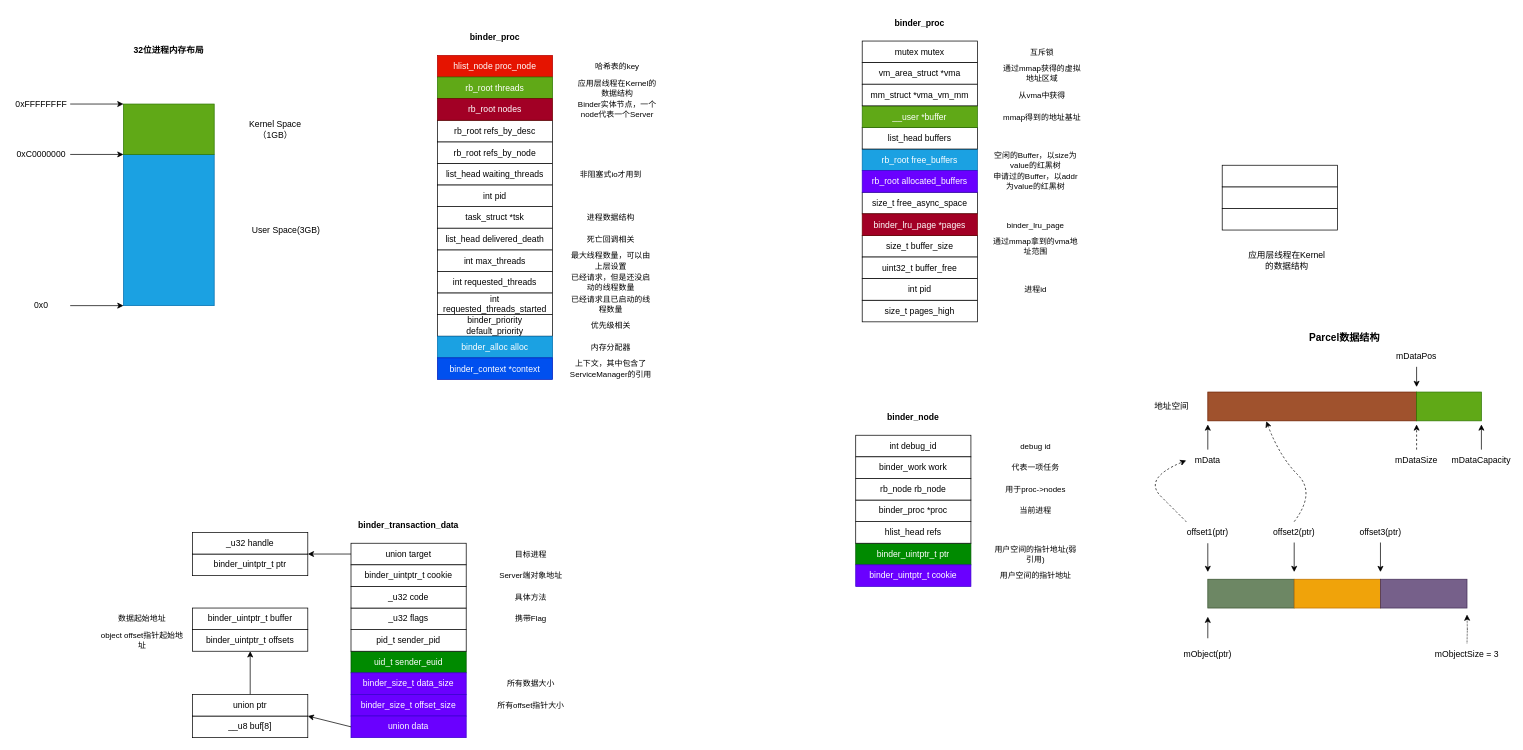
Earlier version of the draw.io diagram android/未命名绘图.drawio (dddjjq/CodeRead). Source tidied: cells renumbered, new cells numbered last; positions are measured from the earlier drawing's top-left corner, leaving out a move shared by most shapes. Both pictures are drawn from the tidied source at 72%, with x=0, y=0 at pixel (12, 12).
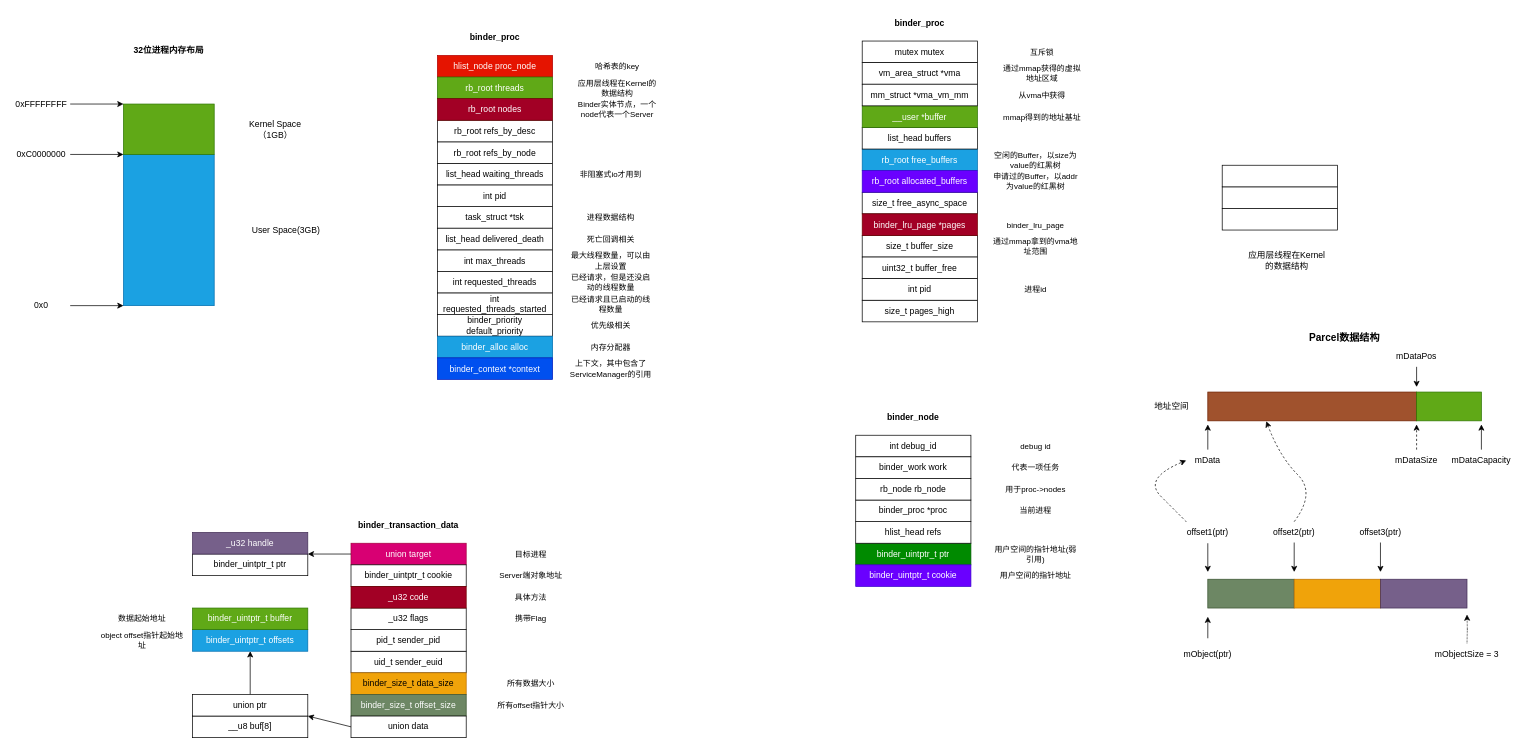
Above is the later version.

What changed in the source:
```diff
@@
-    <mxCell id="109" value="union target" style="rounded=0;whiteSpace=wrap;html=1;" parent="1" vertex="1">
+    <mxCell id="109" value="union target" style="rounded=0;whiteSpace=wrap;html=1;fillColor=#d80073;fontColor=#ffffff;strokeColor=#A50040;" parent="1" vertex="1">
       <mxGeometry x="470" y="738" width="160" height="30" as="geometry" />
     </mxCell>
@@
-    <mxCell id="111" value="uid_t sender_euid" style="rounded=0;whiteSpace=wrap;html=1;fillColor=#008a00;fontColor=#ffffff;strokeColor=#005700;" parent="1" vertex="1">
+    <mxCell id="111" value="uid_t sender_euid" style="rounded=0;whiteSpace=wrap;html=1;" parent="1" vertex="1">
       <mxGeometry x="470" y="888" width="160" height="30" as="geometry" />
     </mxCell>
@@
-    <mxCell id="114" value="_u32 code" style="rounded=0;whiteSpace=wrap;html=1;" parent="1" vertex="1">
+    <mxCell id="114" value="_u32 code" style="rounded=0;whiteSpace=wrap;html=1;fillColor=#a20025;fontColor=#ffffff;strokeColor=#6F0000;" parent="1" vertex="1">
       <mxGeometry x="470" y="798" width="160" height="30" as="geometry" />
     </mxCell>
-    <mxCell id="115" value="binder_size_t data_size" style="rounded=0;whiteSpace=wrap;html=1;fillColor=#6a00ff;fontColor=#ffffff;strokeColor=#3700CC;" parent="1" vertex="1">
+    <mxCell id="115" value="binder_size_t data_size" style="rounded=0;whiteSpace=wrap;html=1;fillColor=#f0a30a;fontColor=#000000;strokeColor=#BD7000;" parent="1" vertex="1">
       <mxGeometry x="470" y="918" width="160" height="30" as="geometry" />
     </mxCell>
@@
-    <mxCell id="123" value="binder_size_t offset_size" style="rounded=0;whiteSpace=wrap;html=1;fillColor=#6a00ff;fontColor=#ffffff;strokeColor=#3700CC;" parent="1" vertex="1">
+    <mxCell id="123" value="binder_size_t offset_size" style="rounded=0;whiteSpace=wrap;html=1;fillColor=#6d8764;fontColor=#ffffff;strokeColor=#3A5431;" parent="1" vertex="1">
       <mxGeometry x="470" y="948" width="160" height="30" as="geometry" />
     </mxCell>
-    <mxCell id="124" value="union data" style="rounded=0;whiteSpace=wrap;html=1;fillColor=#6a00ff;fontColor=#ffffff;strokeColor=#3700CC;" parent="1" vertex="1">
+    <mxCell id="124" value="union data" style="rounded=0;whiteSpace=wrap;html=1;" parent="1" vertex="1">
       <mxGeometry x="470" y="978" width="160" height="30" as="geometry" />
     </mxCell>
@@
-    <mxCell id="126" value="_u32 handle" style="rounded=0;whiteSpace=wrap;html=1;" parent="1" vertex="1">
+    <mxCell id="126" value="_u32 handle" style="rounded=0;whiteSpace=wrap;html=1;fillColor=#76608a;fontColor=#ffffff;strokeColor=#432D57;" parent="1" vertex="1">
       <mxGeometry x="250" y="723" width="160" height="30" as="geometry" />
     </mxCell>
-    <mxCell id="127" value="binder_uintptr_t offsets" style="rounded=0;whiteSpace=wrap;html=1;" parent="1" vertex="1">
+    <mxCell id="127" value="binder_uintptr_t offsets" style="rounded=0;whiteSpace=wrap;html=1;fillColor=#1ba1e2;fontColor=#ffffff;strokeColor=#006EAF;" parent="1" vertex="1">
       <mxGeometry x="250" y="858" width="160" height="30" as="geometry" />
     </mxCell>
-    <mxCell id="128" value="binder_uintptr_t buffer" style="rounded=0;whiteSpace=wrap;html=1;" parent="1" vertex="1">
+    <mxCell id="128" value="binder_uintptr_t buffer" style="rounded=0;whiteSpace=wrap;html=1;fillColor=#60a917;fontColor=#ffffff;strokeColor=#2D7600;" parent="1" vertex="1">
       <mxGeometry x="250" y="828" width="160" height="30" as="geometry" />
     </mxCell>
```
